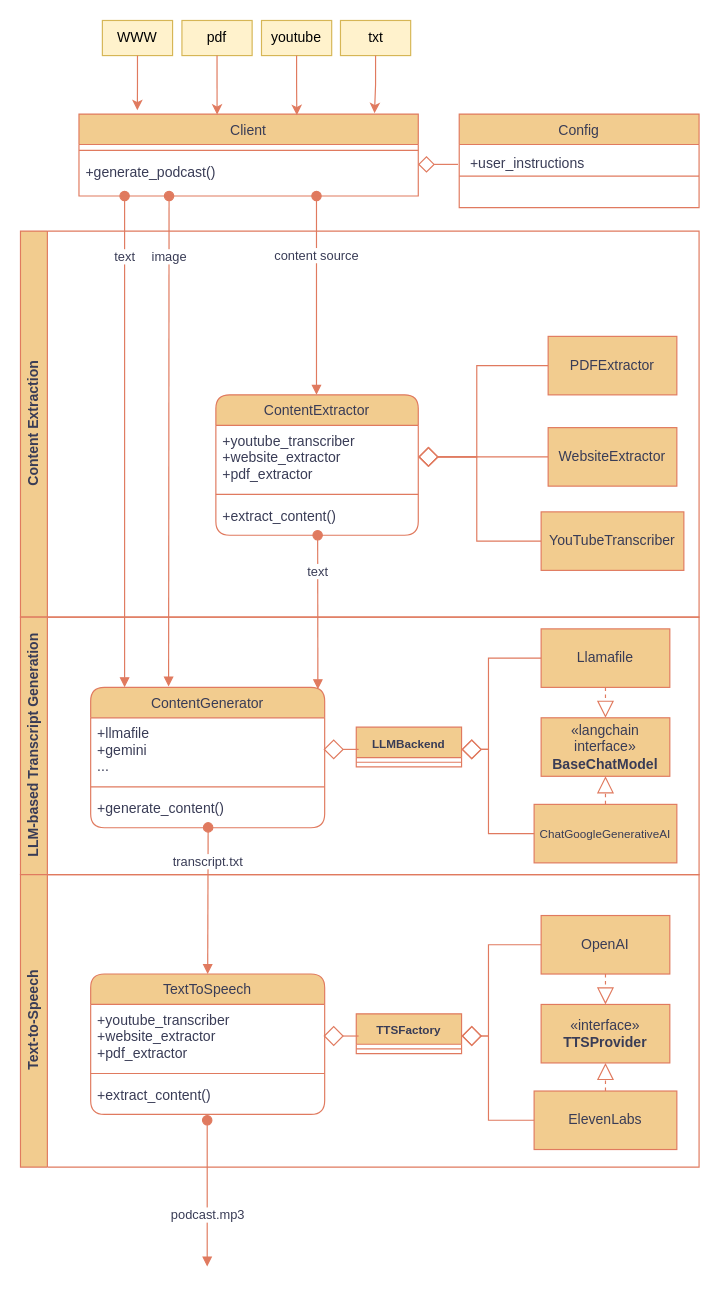
This is paper/podcastfy.drawio from souzatharsis/podcastfy, a draw.io file, before an edit. Source tidied: cells renumbered, new cells numbered last; positions are measured from the earlier drawing's top-left corner, leaving out a move shared by most shapes. Both pictures are drawn from the tidied source at 117%, with x=0, y=0 at pixel (20, 20).
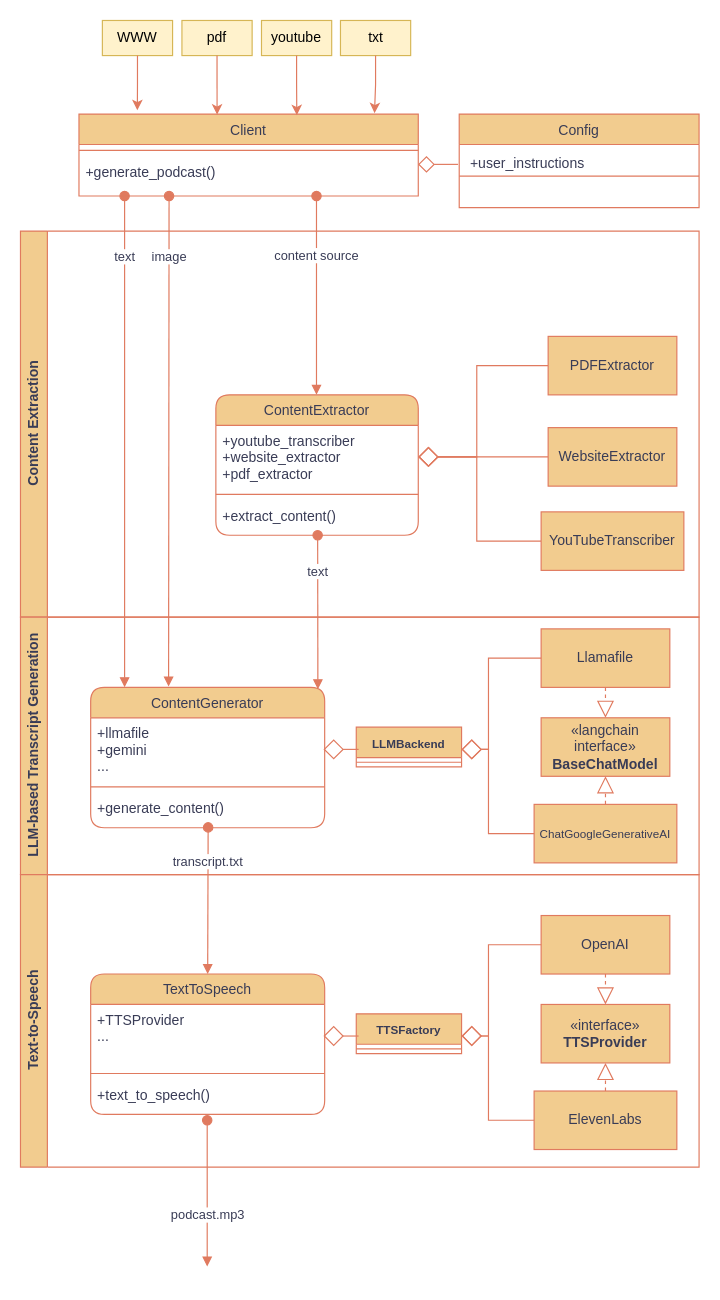
After the change.

Unchanged cells that the change refers to:
```xml
<mxCell id="32" value="TextToSpeech" style="swimlane;fontStyle=0;align=center;verticalAlign=top;horizontal=1;startSize=26;rounded=1;shadow=0;strokeWidth=1;labelBackgroundColor=none;fillColor=#F2CC8F;strokeColor=#E07A5F;fontColor=#393C56;" parent="1" vertex="1">
  <mxGeometry x="60" y="815" width="200" height="120" as="geometry" />
</mxCell>
```

Change to the diagram source:
```diff
@@
-    <mxCell id="33" value="+youtube_transcriber&#10;+website_extractor&#10;+pdf_extractor" style="text;align=left;verticalAlign=top;spacingLeft=4;spacingRight=4;overflow=hidden;labelBackgroundColor=none;fontColor=#393C56;rounded=1;" parent="32" vertex="1">
+    <mxCell id="33" value="+TTSProvider&#10;..." style="text;align=left;verticalAlign=top;spacingLeft=4;spacingRight=4;overflow=hidden;labelBackgroundColor=none;fontColor=#393C56;rounded=1;" parent="32" vertex="1">
       <mxGeometry y="26" width="200" height="54" as="geometry" />
     </mxCell>
@@
-    <mxCell id="35" value="+extract_content()" style="text;align=left;verticalAlign=top;spacingLeft=4;spacingRight=4;overflow=hidden;labelBackgroundColor=none;fontColor=#393C56;rounded=1;" parent="32" vertex="1">
+    <mxCell id="35" value="+text_to_speech()" style="text;align=left;verticalAlign=top;spacingLeft=4;spacingRight=4;overflow=hidden;labelBackgroundColor=none;fontColor=#393C56;rounded=1;" parent="32" vertex="1">
       <mxGeometry y="90" width="200" height="26" as="geometry" />
     </mxCell>
```
